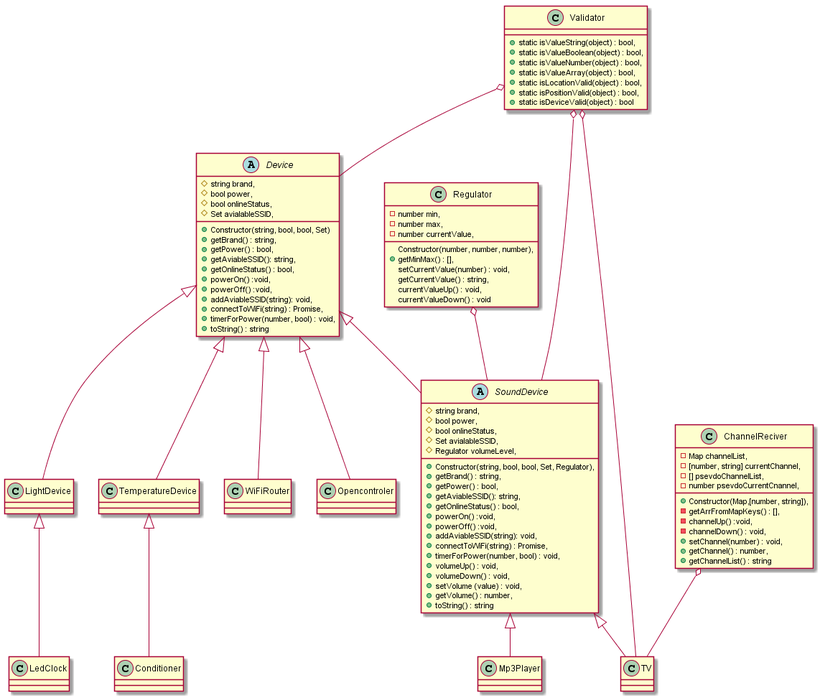
This is out/ClassDiagramm/smartHome.png from SalischevAV/SmartHomeJs2009, a PlantUML export, as it was before one commit.
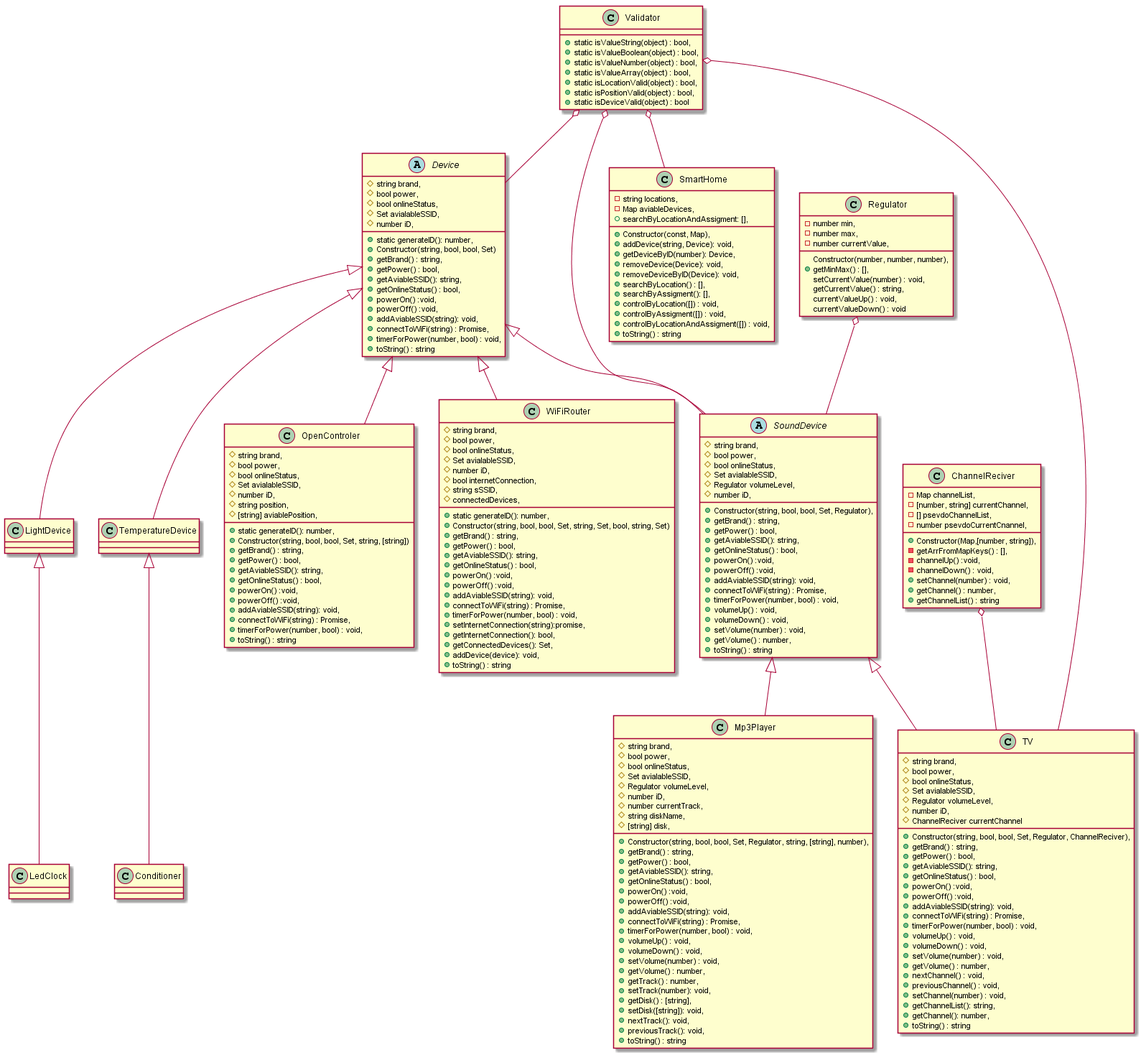
After the commit.

Commit message:
UML comlete

What changed in the source:
```diff
@@ -38,11 +38,13 @@
 
 
 abstract class Device{
+    +static generateID(): number,
     +Constructor(string, bool, bool, Set)
     #string brand,
     #bool power,
     #bool onlineStatus,
     #Set avialableSSID,
+    #number iD,
     +getBrand() : string,
     +getPower() : bool,
     +getAviableSSID(): string,
@@ -62,6 +64,7 @@
     #bool onlineStatus,
     #Set avialableSSID,
     #Regulator volumeLevel,
+    #number iD,
     +getBrand() : string,
     +getPower() : bool,
     +getAviableSSID(): string,
@@ -73,15 +76,144 @@
     +timerForPower(number, bool) : void,
     +volumeUp() : void,
     +volumeDown() : void,
-    +setVolume (value) : void,
+    +setVolume(number) : void,
     +getVolume() : number,
     +toString() : string
 }
 
+class Mp3Player{
+     +Constructor(string, bool, bool, Set, Regulator, string, [string], number),
+    #string brand,
+    #bool power,
+    #bool onlineStatus,
+    #Set avialableSSID,
+    #Regulator volumeLevel,
+    #number iD,
+    #number currentTrack,
+    #string diskName,
+    #[string] disk,
+    +getBrand() : string,
+    +getPower() : bool,
+    +getAviableSSID(): string,
+    +getOnlineStatus() : bool,
+    +powerOn() :void,
+    +powerOff() :void,
+    +addAviableSSID(string): void,
+    +connectToWiFi(string) : Promise,
+    +timerForPower(number, bool) : void,
+    +volumeUp() : void,
+    +volumeDown() : void,
+    +setVolume(number) : void,
+    +getVolume() : number,
+    +getTrack() : number,
+    +setTrack(number): void,
+    +getDisk() : [string],
+    +setDisk([string]): void,
+    +nextTrack(): void,
+    +previousTrack(): void,
+    +toString() : string
+}
+
+class TV{
+    +Constructor(string, bool, bool, Set, Regulator, ChannelReciver),
+    #string brand,
+    #bool power,
+    #bool onlineStatus,
+    #Set avialableSSID,
+    #Regulator volumeLevel,
+    #number iD,
+    #ChannelReciver currentChannel
+    +getBrand() : string,
+    +getPower() : bool,
+    +getAviableSSID(): string,
+    +getOnlineStatus() : bool,
+    +powerOn() :void,
+    +powerOff() :void,
+    +addAviableSSID(string): void,
+    +connectToWiFi(string) : Promise,
+    +timerForPower(number, bool) : void,
+    +volumeUp() : void,
+    +volumeDown() : void,
+    +setVolume(number) : void,
+    +getVolume() : number,
+    +nextChannel() : void,
+    +previousChannel() : void,
+    +setChannel(number) : void,
+    +getChannelList(): string,
+    +getChannel(): number,
+    +toString() : string
+
+}
+
+class OpenControler{
+    +static generateID(): number,
+    +Constructor(string, bool, bool, Set, string, [string])
+    #string brand,
+    #bool power,
+    #bool onlineStatus,
+    #Set avialableSSID,
+    #number iD,
+    #string position,
+    #[string] aviablePosition,
+    +getBrand() : string,
+    +getPower() : bool,
+    +getAviableSSID(): string,
+    +getOnlineStatus() : bool,
+    +powerOn() :void,
+    +powerOff() :void,
+    +addAviableSSID(string): void,
+    +connectToWiFi(string) : Promise,
+    +timerForPower(number, bool) : void,
+    +toString() : string
+}
+
+class SmartHome{
+    +Constructor(const, Map),
+    -string locations,
+    -Map aviableDevices,
+    +addDevice(string, Device): void,
+    +getDeviceByID(number): Device,
+    +removeDevice(Device): void,
+    +removeDeviceByID(Device): void,
+    +searchByLocation() : [],
+    +searchByAssigment(): [],
+    +searchByLocationAndAssigment: [],
+    +controlByLocation([]) : void,
+    +controlByAssigment([]) : void,
+    +controlByLocationAndAssigment([]) : void,
+    +toString() : string
+}
+
+class WiFiRouter{
+    +static generateID(): number,
+    +Constructor(string, bool, bool, Set, string, Set, bool, string, Set)
+    #string brand,
+    #bool power,
+    #bool onlineStatus,
+    #Set avialableSSID,
+    #number iD,
+    #bool internetConnection,
+    #string sSSID,
+    #connectedDevices,
+    +getBrand() : string,
+    +getPower() : bool,
+    +getAviableSSID(): string,
+    +getOnlineStatus() : bool,
+    +powerOn() :void,
+    +powerOff() :void,
+    +addAviableSSID(string): void,
+    +connectToWiFi(string) : Promise,
+    +timerForPower(number, bool) : void,
+    +setInternetConnection(string):promise,
+    +getInternetConnection(): bool,
+    +getConnectedDevices(): Set,
+    +addDevice(device): void,
+    +toString() : string
+}
 
 Device <|-- SoundDevice
 Device <|-- WiFiRouter
-Device <|-- Opencontroler
+Device <|-- OpenControler
 Device <|-- LightDevice
 Device <|-- TemperatureDevice
 
@@ -99,6 +231,6 @@
 Validator o-- TV
 
 
-
+Validator o-- SmartHome
 
 @enduml
```
